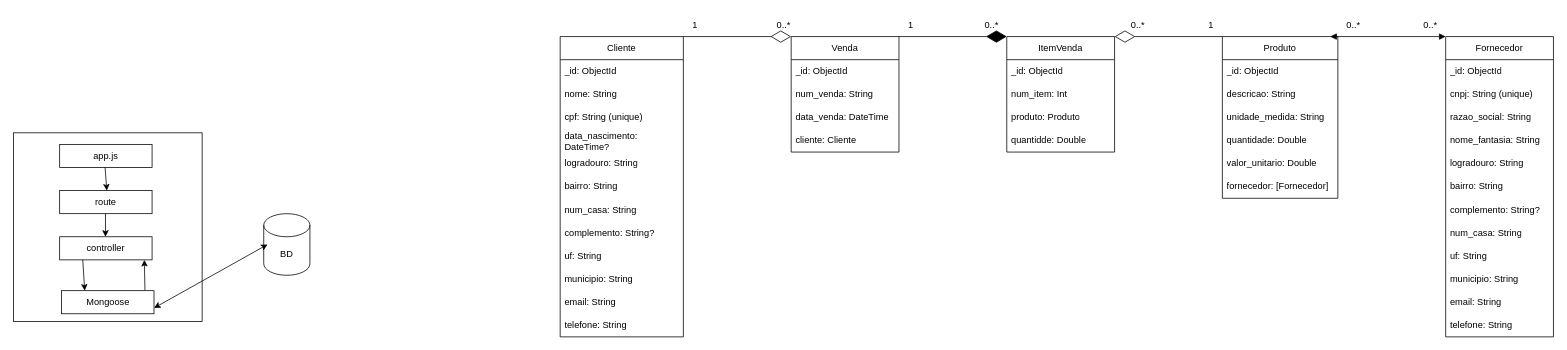
Earlier version of the draw.io diagram docs/NoAM.drawio (faustocintra/bn-not-2024-1). Source tidied: cells renumbered, new cells numbered last; positions are measured from the earlier drawing's top-left corner, leaving out a move shared by most shapes. Both pictures are drawn from the tidied source at 77%, with x=0, y=0 at pixel (13, 13).
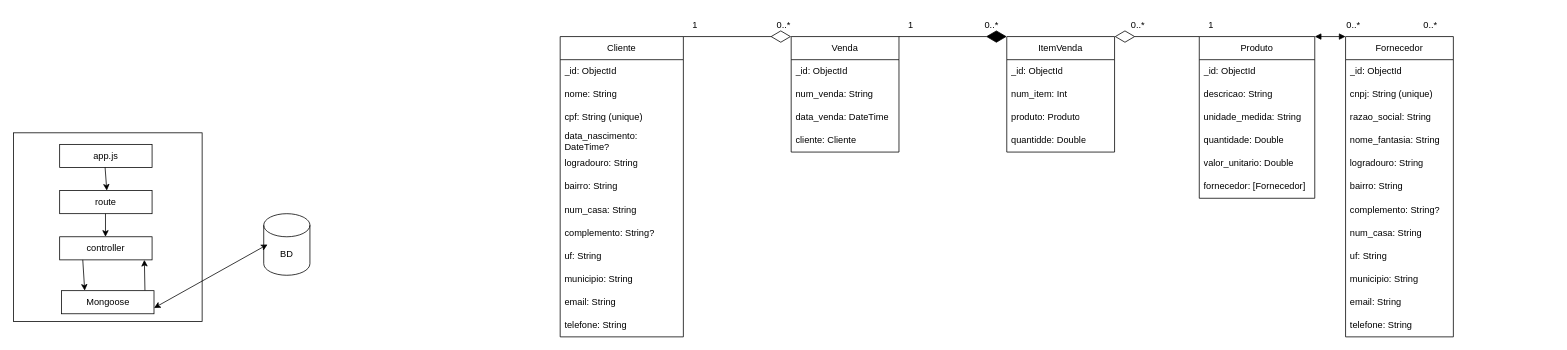
After the change.

What changed in the source:
```diff
@@
     <mxCell id="20" value="Produto" style="swimlane;fontStyle=0;horizontal=1;startSize=30;whiteSpace=wrap;html=1;" parent="1" vertex="1">
-      <mxGeometry x="1570" y="30" width="150" height="210" as="geometry" />
+      <mxGeometry x="1540" y="30" width="150" height="210" as="geometry" />
     </mxCell>
@@
     <mxCell id="27" value="Fornecedor" style="swimlane;fontStyle=0;horizontal=1;startSize=30;whiteSpace=wrap;html=1;" parent="1" vertex="1">
-      <mxGeometry x="1860" y="30" width="140" height="390" as="geometry" />
+      <mxGeometry x="1730" y="30" width="140" height="390" as="geometry" />
     </mxCell>
@@
-    <mxCell id="54" style="endArrow=block;startArrow=block;endFill=1;startFill=1;html=1;entryX=0;entryY=0;entryDx=0;entryDy=0;" parent="1" edge="1" target="27">
-      <mxGeometry relative="1" as="geometry">
-        <mxPoint x="1710" y="30" as="sourcePoint" />
-      </mxGeometry>
+    <mxCell id="54" style="endArrow=block;startArrow=block;endFill=1;startFill=1;html=1;entryX=0;entryY=0;entryDx=0;entryDy=0;exitX=1;exitY=0;exitDx=0;exitDy=0;" parent="1" edge="1" source="20" target="27">
+      <mxGeometry relative="1" as="geometry" />
     </mxCell>
```
